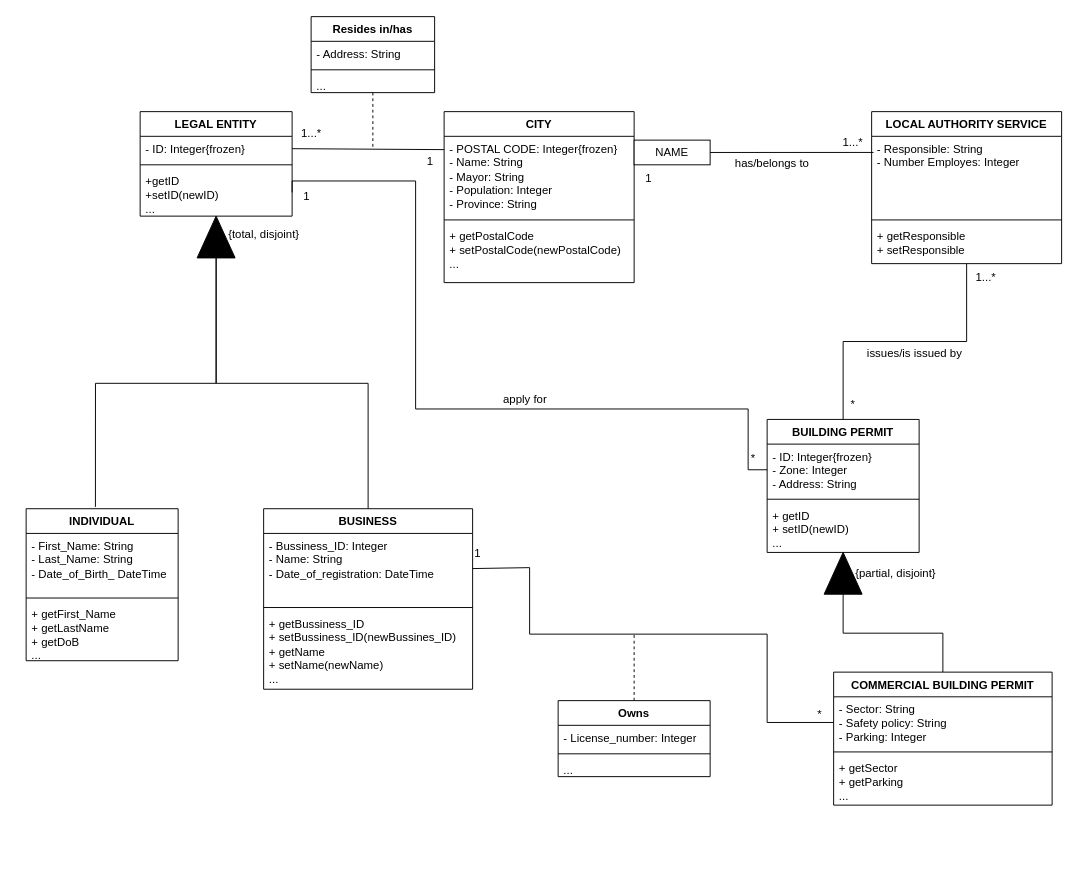
Earlier version of the draw.io diagram question2.drawio (fragolaTJ/TTtrak). Source tidied: cells renumbered, new cells numbered last; positions are measured from the earlier drawing's top-left corner, leaving out a move shared by most shapes. Both pictures are drawn from the tidied source at 95%, with x=0, y=0 at pixel (26, 16).
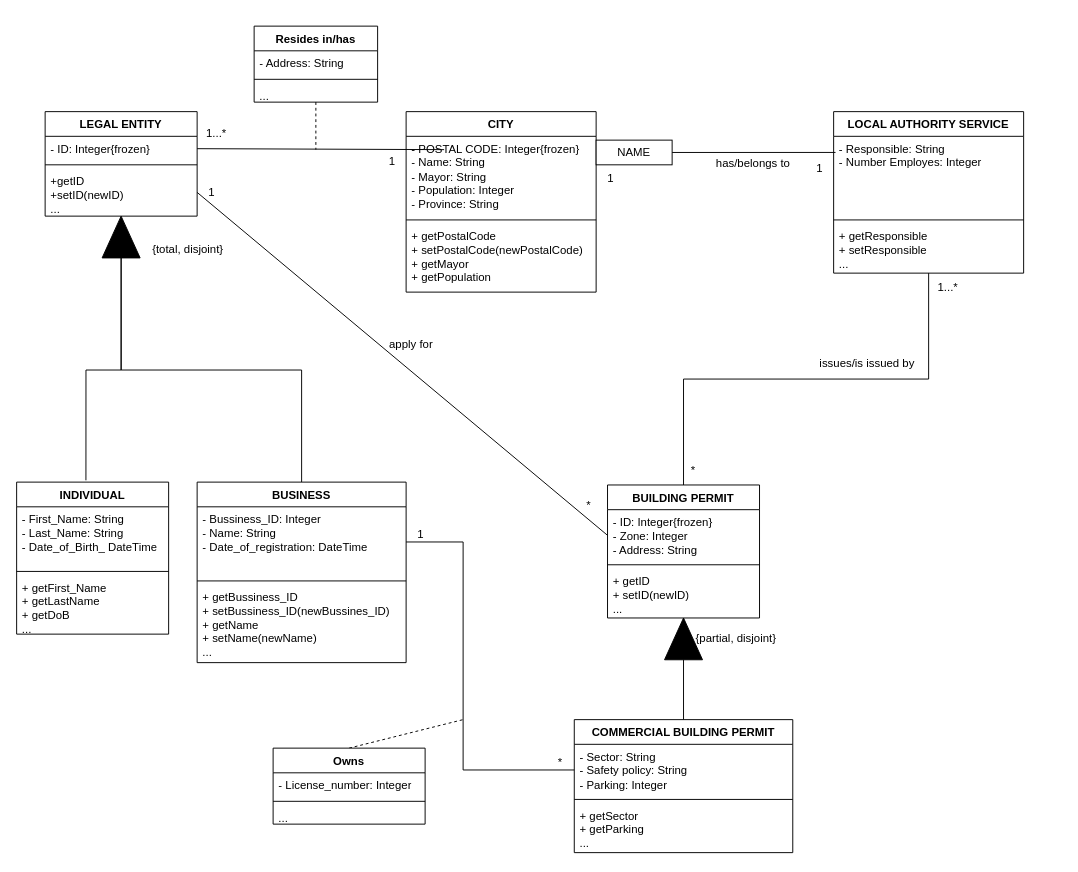
The same diagram, later.

The change refers to these unchanged cells:
```xml
<mxCell id="5" value="&lt;div&gt;+getID&lt;/div&gt;&lt;div&gt;+setID(newID)&lt;/div&gt;&lt;div&gt;...&lt;br&gt;&lt;/div&gt;" style="text;strokeColor=none;fillColor=none;align=left;verticalAlign=top;spacingLeft=4;spacingRight=4;overflow=hidden;points=[[0,0.5],[1,0.5]];portConstraint=eastwest;whiteSpace=wrap;html=1;" parent="2" vertex="1">
  <mxGeometry y="60" width="160" height="50" as="geometry" />
</mxCell>
<mxCell id="17" value="&lt;div&gt;- Bussiness_ID: Integer&lt;br&gt;&lt;/div&gt;&lt;div&gt;- Name: String&lt;/div&gt;&lt;div&gt;- Date_of_registration: DateTime&lt;br&gt;&lt;/div&gt;" style="text;strokeColor=none;fillColor=none;align=left;verticalAlign=top;spacingLeft=4;spacingRight=4;overflow=hidden;points=[[0,0.5],[1,0.5]];portConstraint=eastwest;whiteSpace=wrap;html=1;" parent="16" vertex="1">
  <mxGeometry y="26" width="220" height="74" as="geometry" />
</mxCell>
<mxCell id="22" value="&lt;div&gt;- ID: Integer{frozen}&lt;/div&gt;&lt;div&gt;- Zone: Integer&lt;/div&gt;&lt;div&gt;- Address: String&lt;br&gt;&lt;/div&gt;" style="text;strokeColor=none;fillColor=none;align=left;verticalAlign=top;spacingLeft=4;spacingRight=4;overflow=hidden;points=[[0,0.5],[1,0.5]];portConstraint=eastwest;whiteSpace=wrap;html=1;" parent="21" vertex="1">
  <mxGeometry y="26" width="160" height="54" as="geometry" />
</mxCell>
<mxCell id="63" value="&lt;div&gt;- Sector: String&lt;/div&gt;&lt;div&gt;- Safety policy: String&lt;/div&gt;&lt;div&gt;- Parking: Integer&lt;br&gt;&lt;/div&gt;" style="text;strokeColor=none;fillColor=none;align=left;verticalAlign=top;spacingLeft=4;spacingRight=4;overflow=hidden;points=[[0,0.5],[1,0.5]];portConstraint=eastwest;whiteSpace=wrap;html=1;" parent="62" vertex="1">
  <mxGeometry y="26" width="230" height="54" as="geometry" />
</mxCell>
```

Change to the diagram source:
```diff
@@
     <mxCell id="2" value="LEGAL ENTITY" style="swimlane;fontStyle=1;align=center;verticalAlign=top;horizontal=1;startSize=26;whiteSpace=wrap;html=1;" parent="1" vertex="1">
-      <mxGeometry x="120" y="100" width="160" height="110" as="geometry" />
+      <mxGeometry x="20" y="100" width="160" height="110" as="geometry" />
     </mxCell>
@@
     <mxCell id="6" value="CITY" style="swimlane;fontStyle=1;align=center;verticalAlign=top;horizontal=1;startSize=26;whiteSpace=wrap;html=1;" parent="1" vertex="1">
-      <mxGeometry x="440" y="100" width="200" height="180" as="geometry" />
+      <mxGeometry x="400" y="100" width="200" height="190" as="geometry" />
     </mxCell>
@@
-    <mxCell id="9" value="&lt;div&gt;+ getPostalCode&lt;/div&gt;&lt;div&gt;+ setPostalCode(newPostalCode)&lt;/div&gt;&lt;div&gt;...&lt;br&gt;&lt;/div&gt;" style="text;strokeColor=none;fillColor=none;align=left;verticalAlign=top;spacingLeft=4;spacingRight=4;overflow=hidden;whiteSpace=wrap;html=1;" parent="6" vertex="1">
-      <mxGeometry y="118" width="200" height="62" as="geometry" />
+    <mxCell id="9" value="&lt;div&gt;+ getPostalCode&lt;/div&gt;&lt;div&gt;+ setPostalCode(newPostalCode)&lt;/div&gt;&lt;div&gt;+ getMayor&lt;/div&gt;&lt;div&gt;+ getPopulation&lt;br&gt;&lt;/div&gt;" style="text;strokeColor=none;fillColor=none;align=left;verticalAlign=top;spacingLeft=4;spacingRight=4;overflow=hidden;whiteSpace=wrap;html=1;" parent="6" vertex="1">
+      <mxGeometry y="118" width="200" height="72" as="geometry" />
     </mxCell>
@@
     <mxCell id="11" style="triangle;whiteSpace=wrap;html=1;direction=north;fillColor=#000000;" parent="1" vertex="1">
-      <mxGeometry x="180" y="210" width="40" height="44" as="geometry" />
+      <mxGeometry x="80" y="210" width="40" height="44" as="geometry" />
     </mxCell>
     <mxCell id="12" value="INDIVIDUAL" style="swimlane;fontStyle=1;align=center;verticalAlign=top;horizontal=1;startSize=26;whiteSpace=wrap;html=1;" parent="1" vertex="1">
-      <mxGeometry y="518" width="160" height="160" as="geometry" />
+      <mxGeometry x="-10" y="490" width="160" height="160" as="geometry" />
     </mxCell>
@@
     <mxCell id="16" value="BUSINESS" style="swimlane;fontStyle=1;align=center;verticalAlign=top;horizontal=1;startSize=26;whiteSpace=wrap;html=1;" parent="1" vertex="1">
-      <mxGeometry x="250" y="518" width="220" height="190" as="geometry" />
+      <mxGeometry x="180" y="490" width="220" height="190" as="geometry" />
     </mxCell>
@@
     <mxCell id="21" value="BUILDING PERMIT" style="swimlane;fontStyle=1;align=center;verticalAlign=top;horizontal=1;startSize=26;whiteSpace=wrap;html=1;" parent="1" vertex="1">
-      <mxGeometry x="780" y="424" width="160" height="140" as="geometry" />
+      <mxGeometry x="612" y="493" width="160" height="140" as="geometry" />
     </mxCell>
@@
     <mxCell id="26" style="triangle;whiteSpace=wrap;html=1;direction=north;fillColor=#000000;" parent="1" vertex="1">
-      <mxGeometry x="840" y="564" width="40" height="44" as="geometry" />
+      <mxGeometry x="672" y="633" width="40" height="44" as="geometry" />
     </mxCell>
@@
     <mxCell id="28" value="LOCAL AUTHORITY SERVICE" style="swimlane;fontStyle=1;align=center;verticalAlign=top;horizontal=1;startSize=26;whiteSpace=wrap;html=1;" parent="1" vertex="1">
-      <mxGeometry x="890" y="100" width="200" height="160" as="geometry" />
+      <mxGeometry x="850" y="100" width="200" height="170" as="geometry" />
     </mxCell>
@@
-    <mxCell id="31" value="&lt;div&gt;+ getResponsible&lt;/div&gt;&lt;div&gt;+ setResponsible&lt;br&gt;&lt;/div&gt;" style="text;strokeColor=none;fillColor=none;align=left;verticalAlign=top;spacingLeft=4;spacingRight=4;overflow=hidden;whiteSpace=wrap;html=1;" parent="28" vertex="1">
-      <mxGeometry y="118" width="200" height="42" as="geometry" />
+    <mxCell id="31" value="&lt;div&gt;+ getResponsible&lt;/div&gt;&lt;div&gt;+ setResponsible&lt;br&gt;&lt;/div&gt;&lt;div&gt;...&lt;br&gt;&lt;/div&gt;" style="text;strokeColor=none;fillColor=none;align=left;verticalAlign=top;spacingLeft=4;spacingRight=4;overflow=hidden;whiteSpace=wrap;html=1;" parent="28" vertex="1">
+      <mxGeometry y="118" width="200" height="52" as="geometry" />
     </mxCell>
@@
     <mxCell id="33" value="NAME" style="rounded=0;whiteSpace=wrap;html=1;" parent="1" vertex="1">
-      <mxGeometry x="640" y="130" width="80" height="26" as="geometry" />
+      <mxGeometry x="600" y="130" width="80" height="26" as="geometry" />
     </mxCell>
@@
-    <mxCell id="35" style="edgeStyle=orthogonalEdgeStyle;rounded=0;jettySize=auto;html=1;exitX=1;exitY=0.5;exitDx=0;exitDy=0;entryX=0;entryY=0.5;entryDx=0;entryDy=0;endArrow=none;endFill=0;" parent="1" edge="1" source="5" target="22">
-      <mxGeometry relative="1" as="geometry">
-        <Array as="points">
-          <mxPoint x="280" y="173" />
-          <mxPoint x="410" y="173" />
-          <mxPoint x="410" y="413" />
-          <mxPoint x="760" y="413" />
-          <mxPoint x="760" y="477" />
-        </Array>
-      </mxGeometry>
+    <mxCell id="35" style="rounded=0;jettySize=auto;html=1;exitX=1;exitY=0.5;exitDx=0;exitDy=0;entryX=0;entryY=0.5;entryDx=0;entryDy=0;endArrow=none;endFill=0;" parent="1" edge="1" source="5" target="22">
+      <mxGeometry relative="1" as="geometry" />
     </mxCell>
     <mxCell id="36" value="{total, disjoint}" style="text;html=1;align=center;verticalAlign=middle;strokeColor=none;fillColor=none;" parent="1" vertex="1">
-      <mxGeometry x="200" y="214" width="100" height="30" as="geometry" />
+      <mxGeometry x="120" y="230" width="100" height="30" as="geometry" />
     </mxCell>
     <mxCell id="37" value="{partial, disjoint}" style="text;html=1;align=center;verticalAlign=middle;strokeColor=none;fillColor=none;" parent="1" vertex="1">
-      <mxGeometry x="860" y="571" width="110" height="30" as="geometry" />
+      <mxGeometry x="692" y="640" width="110" height="30" as="geometry" />
     </mxCell>
     <mxCell id="38" style="rounded=0;jettySize=auto;html=1;exitX=0.5;exitY=1;exitDx=0;exitDy=0;endArrow=none;endFill=0;dashed=1;" parent="1" edge="1" source="39">
       <mxGeometry relative="1" as="geometry">
-        <mxPoint x="365" y="140" as="targetPoint" />
+        <mxPoint x="305" y="140" as="targetPoint" />
       </mxGeometry>
     </mxCell>
     <mxCell id="39" value="Resides in/has" style="swimlane;fontStyle=1;align=center;verticalAlign=top;horizontal=1;startSize=26;whiteSpace=wrap;html=1;" parent="1" vertex="1">
-      <mxGeometry x="300" width="130" height="80" as="geometry" />
+      <mxGeometry x="240" y="10" width="130" height="80" as="geometry" />
     </mxCell>
@@
     <mxCell id="43" value="1...*" style="text;html=1;align=center;verticalAlign=middle;strokeColor=none;fillColor=none;" parent="1" vertex="1">
-      <mxGeometry x="280" y="108" width="40" height="30" as="geometry" />
+      <mxGeometry x="180" y="108" width="40" height="30" as="geometry" />
     </mxCell>
-    <mxCell id="44" value="1...*" style="text;html=1;align=center;verticalAlign=middle;strokeColor=none;fillColor=none;" parent="1" vertex="1">
-      <mxGeometry x="850" y="118" width="40" height="30" as="geometry" />
+    <mxCell id="44" value="1" style="text;html=1;align=center;verticalAlign=middle;strokeColor=none;fillColor=none;" parent="1" vertex="1">
+      <mxGeometry x="820" y="145" width="30" height="30" as="geometry" />
     </mxCell>
     <mxCell id="45" value="1...*" style="text;html=1;align=center;verticalAlign=middle;strokeColor=none;fillColor=none;" parent="1" vertex="1">
-      <mxGeometry x="990" y="260" width="40" height="30" as="geometry" />
+      <mxGeometry x="950" y="270" width="40" height="30" as="geometry" />
     </mxCell>
     <mxCell id="46" value="*" style="text;html=1;align=center;verticalAlign=middle;strokeColor=none;fillColor=none;" parent="1" vertex="1">
-      <mxGeometry x="820" y="720" width="30" height="30" as="geometry" />
+      <mxGeometry x="547" y="770" width="30" height="30" as="geometry" />
     </mxCell>
     <mxCell id="47" value="*" style="text;html=1;align=center;verticalAlign=middle;strokeColor=none;fillColor=none;" parent="1" vertex="1">
-      <mxGeometry x="750" y="450" width="30" height="30" as="geometry" />
+      <mxGeometry x="577" y="500" width="30" height="30" as="geometry" />
     </mxCell>
     <mxCell id="48" value="*" style="text;html=1;align=center;verticalAlign=middle;strokeColor=none;fillColor=none;" parent="1" vertex="1">
-      <mxGeometry x="855" y="394" width="30" height="30" as="geometry" />
+      <mxGeometry x="687" y="463" width="30" height="30" as="geometry" />
     </mxCell>
     <mxCell id="49" value="1" style="text;html=1;align=center;verticalAlign=middle;strokeColor=none;fillColor=none;" parent="1" vertex="1">
-      <mxGeometry x="280" y="175" width="30" height="30" as="geometry" />
+      <mxGeometry x="180" y="170" width="30" height="30" as="geometry" />
     </mxCell>
     <mxCell id="50" value="1" style="text;html=1;align=center;verticalAlign=middle;strokeColor=none;fillColor=none;" parent="1" vertex="1">
-      <mxGeometry x="460" y="550" width="30" height="30" as="geometry" />
+      <mxGeometry x="400" y="530" width="30" height="30" as="geometry" />
     </mxCell>
     <mxCell id="51" value="1" style="text;html=1;align=center;verticalAlign=middle;strokeColor=none;fillColor=none;" parent="1" vertex="1">
-      <mxGeometry x="410" y="138" width="30" height="30" as="geometry" />
+      <mxGeometry x="370" y="138" width="30" height="30" as="geometry" />
     </mxCell>
     <mxCell id="52" value="1" style="text;html=1;align=center;verticalAlign=middle;strokeColor=none;fillColor=none;" parent="1" vertex="1">
-      <mxGeometry x="640" y="156" width="30" height="30" as="geometry" />
+      <mxGeometry x="600" y="156" width="30" height="30" as="geometry" />
     </mxCell>
     <mxCell id="53" value="apply for" style="text;html=1;align=center;verticalAlign=middle;strokeColor=none;fillColor=none;" parent="1" vertex="1">
-      <mxGeometry x="490" y="388" width="70" height="30" as="geometry" />
+      <mxGeometry x="370" y="330" width="70" height="30" as="geometry" />
     </mxCell>
     <mxCell id="54" value="has/belongs to" style="text;html=1;align=center;verticalAlign=middle;strokeColor=none;fillColor=none;" parent="1" vertex="1">
-      <mxGeometry x="730" y="140" width="110" height="30" as="geometry" />
+      <mxGeometry x="710" y="140" width="110" height="30" as="geometry" />
     </mxCell>
     <mxCell id="55" value="issues/is issued by" style="text;html=1;align=center;verticalAlign=middle;strokeColor=none;fillColor=none;" parent="1" vertex="1">
-      <mxGeometry x="870" y="340" width="130" height="30" as="geometry" />
+      <mxGeometry x="820" y="350" width="130" height="30" as="geometry" />
     </mxCell>
     <mxCell id="56" style="edgeStyle=none;rounded=0;jettySize=auto;html=1;exitX=0.5;exitY=0;exitDx=0;exitDy=0;endArrow=none;endFill=0;dashed=1;" parent="1" edge="1" source="57">
       <mxGeometry relative="1" as="geometry">
-        <mxPoint x="640" y="650" as="targetPoint" />
+        <mxPoint x="460" y="740" as="targetPoint" />
       </mxGeometry>
     </mxCell>
     <mxCell id="57" value="Owns" style="swimlane;fontStyle=1;align=center;verticalAlign=top;horizontal=1;startSize=26;whiteSpace=wrap;html=1;" parent="1" vertex="1">
-      <mxGeometry x="560" y="720" width="160" height="80" as="geometry" />
+      <mxGeometry x="260" y="770" width="160" height="80" as="geometry" />
     </mxCell>
@@
-    <mxCell id="61" style="edgeStyle=none;rounded=0;jettySize=auto;html=1;exitX=1;exitY=0.5;exitDx=0;exitDy=0;endArrow=none;endFill=0;entryX=0;entryY=0.5;entryDx=0;entryDy=0;" parent="1" edge="1" source="17" target="63">
+    <mxCell id="61" style="rounded=0;jettySize=auto;html=1;exitX=1;exitY=0.5;exitDx=0;exitDy=0;endArrow=none;endFill=0;entryX=0;entryY=0.5;entryDx=0;entryDy=0;" parent="1" edge="1" source="17" target="63">
       <mxGeometry relative="1" as="geometry">
         <Array as="points">
-          <mxPoint x="530" y="580" />
-          <mxPoint x="530" y="650" />
-          <mxPoint x="780" y="650" />
-          <mxPoint x="780" y="743" />
+          <mxPoint x="460" y="553" />
+          <mxPoint x="460" y="793" />
         </Array>
       </mxGeometry>
     </mxCell>
     <mxCell id="62" value="COMMERCIAL BUILDING PERMIT" style="swimlane;fontStyle=1;align=center;verticalAlign=top;horizontal=1;startSize=26;whiteSpace=wrap;html=1;" parent="1" vertex="1">
-      <mxGeometry x="850" y="690" width="230" height="140" as="geometry" />
+      <mxGeometry x="577" y="740" width="230" height="140" as="geometry" />
     </mxCell>
```
